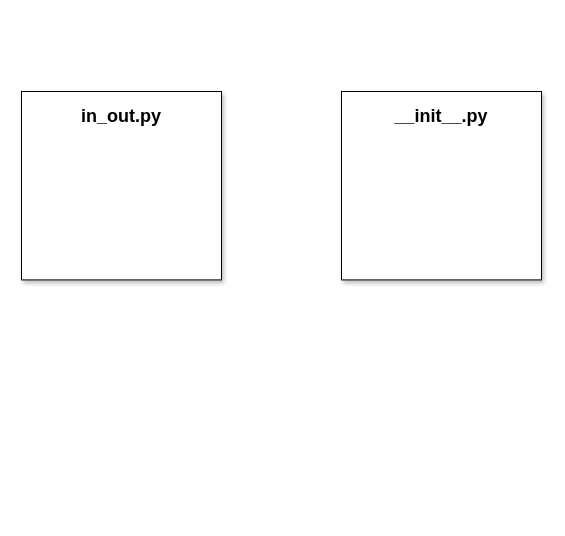
Earlier version of the draw.io diagram page "level 2 (magmango/in_out)" (3 of 15) of image/Magmango.drawio (nimalec/Magmango). Source tidied: cells renumbered, new cells numbered last; positions are measured from the earlier drawing's top-left corner, leaving out a move shared by most shapes. Both pictures are drawn from the tidied source at 100%, with x=0, y=0 at pixel (21, 91).
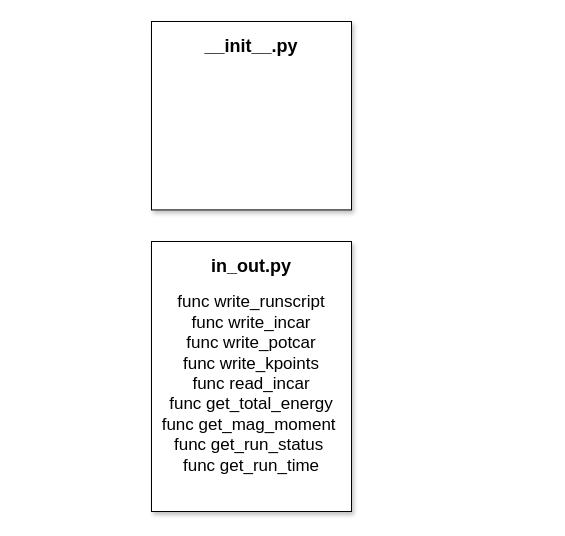
After the change.

What changed in the source:
```diff
@@
 <mxGraphModel>
   <root>
     <mxCell id="0" />
     <mxCell id="1" parent="0" />
-    <mxCell id="2" value="&lt;h2&gt;&lt;font color=&quot;#000000&quot;&gt;in_out.py&lt;/font&gt;&lt;/h2&gt;&lt;div&gt;&lt;div style=&quot;font-size: 17px&quot;&gt;&lt;br&gt;&lt;/div&gt;&lt;/div&gt;" style="verticalAlign=top;align=center;overflow=fill;fontSize=12;fontFamily=Helvetica;html=1;shadow=1;" parent="1" vertex="1">
-      <mxGeometry width="200" height="188.4" as="geometry" />
+    <mxCell id="2" value="&lt;h2&gt;&lt;font color=&quot;#000000&quot;&gt;in_out.py&lt;/font&gt;&lt;/h2&gt;&lt;div&gt;&lt;div style=&quot;font-size: 17px&quot;&gt;func write_runscript&lt;/div&gt;&lt;/div&gt;&lt;div style=&quot;font-size: 17px&quot;&gt;func write_incar&lt;/div&gt;&lt;div style=&quot;font-size: 17px&quot;&gt;func write_potcar&lt;/div&gt;&lt;div style=&quot;font-size: 17px&quot;&gt;func write_kpoints&lt;/div&gt;&lt;div style=&quot;font-size: 17px&quot;&gt;func read_incar&lt;/div&gt;&lt;div style=&quot;font-size: 17px&quot;&gt;func get_total_energy&lt;/div&gt;&lt;div style=&quot;font-size: 17px&quot;&gt;func get_mag_moment&amp;nbsp;&lt;/div&gt;&lt;div style=&quot;font-size: 17px&quot;&gt;func get_run_status&amp;nbsp;&lt;/div&gt;&lt;div style=&quot;font-size: 17px&quot;&gt;func get_run_time&lt;/div&gt;&lt;div style=&quot;font-size: 17px&quot;&gt;&lt;br&gt;&lt;/div&gt;" style="verticalAlign=top;align=center;overflow=fill;fontSize=12;fontFamily=Helvetica;html=1;shadow=1;" parent="1" vertex="1">
+      <mxGeometry x="130" y="150" width="200" height="270" as="geometry" />
     </mxCell>
     <mxCell id="3" value="&lt;h2&gt;__init__.py&lt;/h2&gt;&lt;div&gt;&lt;div style=&quot;font-size: 17px&quot;&gt;&lt;br&gt;&lt;/div&gt;&lt;/div&gt;" style="verticalAlign=top;align=center;overflow=fill;fontSize=12;fontFamily=Helvetica;html=1;shadow=1;" parent="1" vertex="1">
-      <mxGeometry x="320" width="200" height="188.4" as="geometry" />
+      <mxGeometry x="130" y="-70" width="200" height="188.4" as="geometry" />
     </mxCell>
   </root>
 </mxGraphModel>
```
